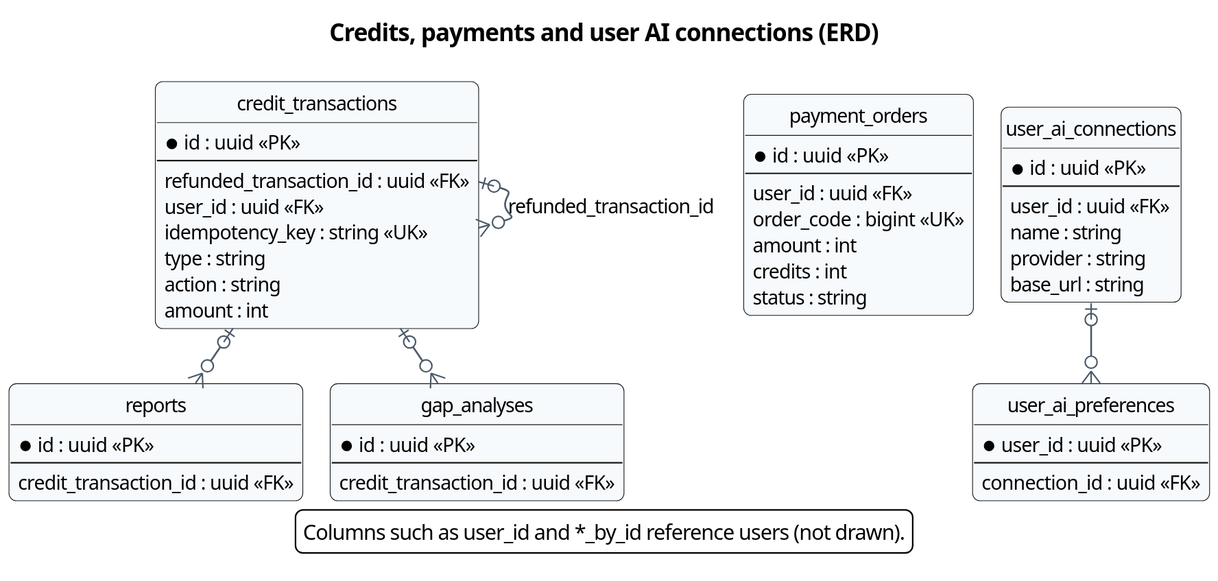
Khoa-Hoa-Technology-Solution-Company/lumi-gap keeps this PlantUML diagram as docs/diagrams/report4/R4_ERD_credits.svg. Above is the earlier version. The source it was exported from:
```plantuml
@startuml
!pragma layout smetana
skinparam dpi 150
skinparam defaultFontName "Segoe UI"
skinparam defaultFontSize 13
skinparam shadowing false
skinparam roundCorner 10
skinparam ArrowColor #4A5A6A
skinparam ArrowThickness 1.2
skinparam BorderColor #2F6DB5
skinparam BackgroundColor #FFFFFF
skinparam TitleFontSize 16
skinparam TitleFontStyle bold
skinparam entity {
  BackgroundColor #F7FAFD
  BorderColor #2F6DB5
}
skinparam entity<<ref>> {
  BackgroundColor #F3E5F5
  BorderColor #7B1FA2
}
skinparam linetype ortho
hide circle
title Credits, payments and user AI connections (ERD)
entity credit_transactions #F7FAFD {
  * id : uuid <<PK>>
  --
  refunded_transaction_id : uuid <<FK>>
  user_id : uuid <<FK>>
  idempotency_key : string <<UK>>
  type : string
  action : string
  amount : int
}
entity payment_orders #F7FAFD {
  * id : uuid <<PK>>
  --
  user_id : uuid <<FK>>
  order_code : bigint <<UK>>
  amount : int
  credits : int
  status : string
}
entity user_ai_connections #F7FAFD {
  * id : uuid <<PK>>
  --
  user_id : uuid <<FK>>
  name : string
  provider : string
  base_url : string
}
entity user_ai_preferences #F7FAFD {
  * user_id : uuid <<PK>>
  --
  connection_id : uuid <<FK>>
}
entity reports #F7FAFD {
  * id : uuid <<PK>>
  --
  credit_transaction_id : uuid <<FK>>
}
entity gap_analyses #F7FAFD {
  * id : uuid <<PK>>
  --
  credit_transaction_id : uuid <<FK>>
}
credit_transactions |o--o{ credit_transactions : refunded_transaction_id
credit_transactions |o--o{ gap_analyses
credit_transactions |o--o{ reports
user_ai_connections |o--o{ user_ai_preferences
legend bottom
Columns such as user_id and *_by_id reference users (not drawn).
endlegend
@enduml
```
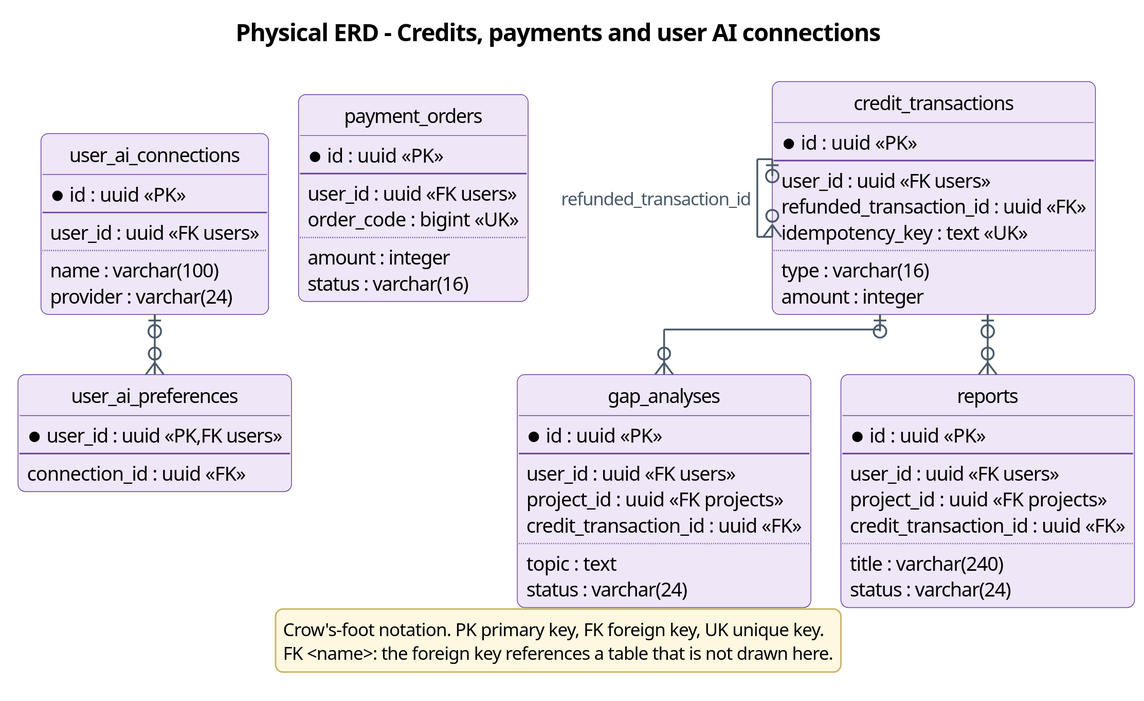
The same diagram one commit later.

Change to the diagram source:
```diff
@@ -1,74 +1,88 @@
 @startuml
-!pragma layout smetana
-skinparam dpi 150
+!pragma layout elk
+skinparam dpi 200
 skinparam defaultFontName "Segoe UI"
 skinparam defaultFontSize 13
 skinparam shadowing false
 skinparam roundCorner 10
+skinparam backgroundColor #FFFFFF
 skinparam ArrowColor #4A5A6A
 skinparam ArrowThickness 1.2
-skinparam BorderColor #2F6DB5
-skinparam BackgroundColor #FFFFFF
+skinparam ArrowFontSize 12
+skinparam ArrowFontColor #4A5A6A
 skinparam TitleFontSize 16
 skinparam TitleFontStyle bold
 skinparam entity {
-  BackgroundColor #F7FAFD
-  BorderColor #2F6DB5
+  BackgroundColor #EFE6F8
+  BorderColor #6A3FA0
 }
-skinparam entity<<ref>> {
-  BackgroundColor #F3E5F5
-  BorderColor #7B1FA2
+skinparam legend {
+  BackgroundColor #FFF8E1
+  BorderColor #C9B36B
+  FontSize 12
 }
-skinparam linetype ortho
+skinparam stereotypeFontSize 10
 hide circle
-title Credits, payments and user AI connections (ERD)
-entity credit_transactions #F7FAFD {
+hide empty methods
+title Physical ERD - Credits, payments and user AI connections
+entity credit_transactions #EFE6F8;line:6A3FA0 {
   * id : uuid <<PK>>
   --
+  user_id : uuid <<FK users>>
   refunded_transaction_id : uuid <<FK>>
-  user_id : uuid <<FK>>
-  idempotency_key : string <<UK>>
-  type : string
-  action : string
-  amount : int
+  idempotency_key : text <<UK>>
+  ..
+  type : varchar(16)
+  amount : integer
 }
-entity payment_orders #F7FAFD {
+entity payment_orders #EFE6F8;line:6A3FA0 {
   * id : uuid <<PK>>
   --
-  user_id : uuid <<FK>>
+  user_id : uuid <<FK users>>
   order_code : bigint <<UK>>
-  amount : int
-  credits : int
-  status : string
+  ..
+  amount : integer
+  status : varchar(16)
 }
-entity user_ai_connections #F7FAFD {
+entity user_ai_connections #EFE6F8;line:6A3FA0 {
   * id : uuid <<PK>>
   --
-  user_id : uuid <<FK>>
-  name : string
-  provider : string
-  base_url : string
+  user_id : uuid <<FK users>>
+  ..
+  name : varchar(100)
+  provider : varchar(24)
 }
-entity user_ai_preferences #F7FAFD {
-  * user_id : uuid <<PK>>
+entity user_ai_preferences #EFE6F8;line:6A3FA0 {
+  * user_id : uuid <<PK,FK users>>
   --
   connection_id : uuid <<FK>>
 }
-entity reports #F7FAFD {
+entity reports #EFE6F8;line:6A3FA0 {
   * id : uuid <<PK>>
   --
+  user_id : uuid <<FK users>>
+  project_id : uuid <<FK projects>>
   credit_transaction_id : uuid <<FK>>
+  ..
+  title : varchar(240)
+  status : varchar(24)
 }
-entity gap_analyses #F7FAFD {
+entity gap_analyses #EFE6F8;line:6A3FA0 {
   * id : uuid <<PK>>
   --
+  user_id : uuid <<FK users>>
+  project_id : uuid <<FK projects>>
   credit_transaction_id : uuid <<FK>>
+  ..
+  topic : text
+  status : varchar(24)
 }
 credit_transactions |o--o{ credit_transactions : refunded_transaction_id
 credit_transactions |o--o{ gap_analyses
 credit_transactions |o--o{ reports
 user_ai_connections |o--o{ user_ai_preferences
 legend bottom
-Columns such as user_id and *_by_id reference users (not drawn).
+Crow's-foot notation. PK primary key, FK foreign key, UK unique key.
+FK <name>: the foreign key references a table that is not drawn here.
 endlegend
 @enduml
```
